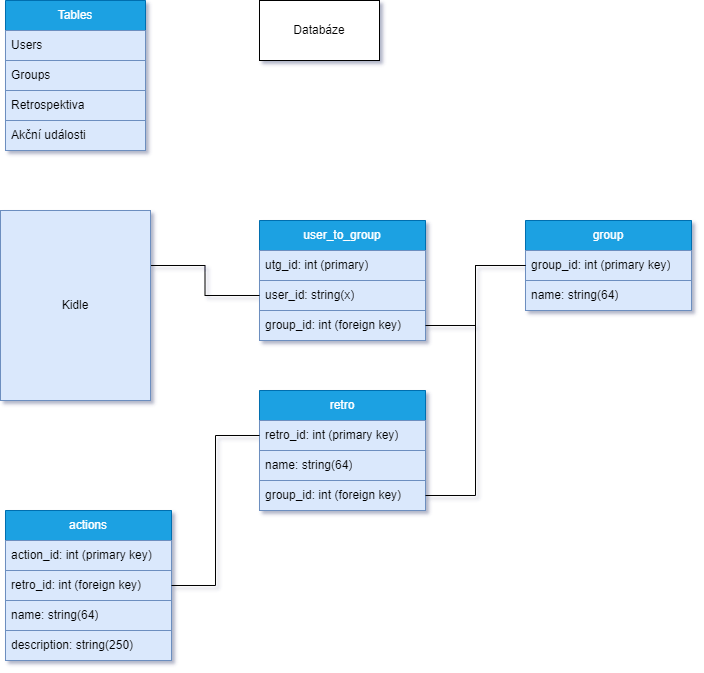
ProjNull/Praeteritum keeps this draw.io diagram as backend/app/database/schemes/Praeterium_DB_scheme.png. Above is the earlier version. Source tidied: cells renumbered, new cells last; positions are measured from the earlier drawing's top-left corner, leaving out a move shared by most shapes.
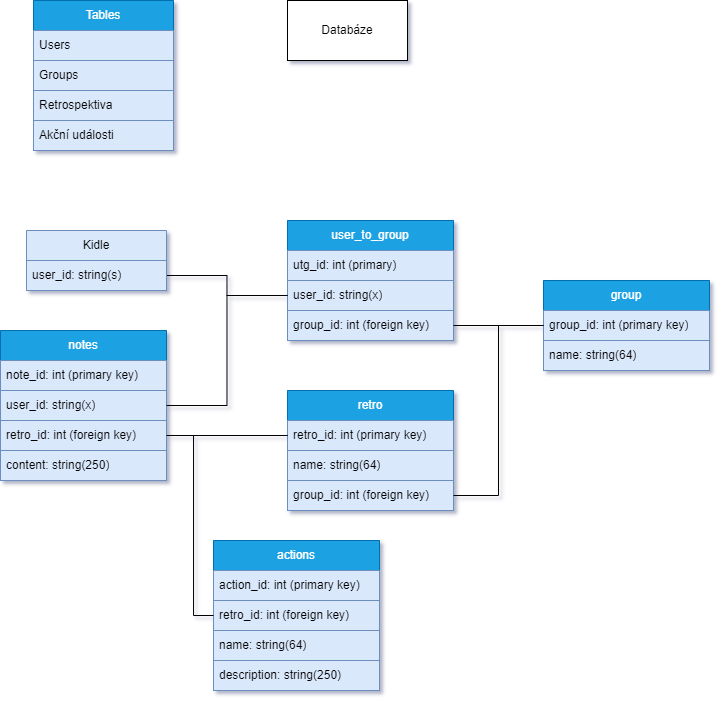
Later version of the same file.

What changed in the source:
```diff
@@ -20,24 +20,6 @@
     <mxCell id="7" value="Databáze" style="rounded=0;whiteSpace=wrap;html=1;" parent="1" vertex="1">
       <mxGeometry x="259" width="120" height="60" as="geometry" />
     </mxCell>
-    <mxCell id="8" value="users" style="swimlane;fontStyle=0;horizontal=1;startSize=30;whiteSpace=wrap;html=1;fillColor=#1ba1e2;fontColor=#ffffff;strokeColor=#006EAF;" parent="1" vertex="1">
-      <mxGeometry y="220" width="150" height="180" as="geometry" />
-    </mxCell>
-    <mxCell id="9" value="User_ID: int (primary key)" style="text;strokeColor=#6c8ebf;fillColor=#dae8fc;align=left;verticalAlign=middle;spacingLeft=4;spacingRight=4;overflow=hidden;points=[[0,0.5],[1,0.5]];portConstraint=eastwest;whiteSpace=wrap;html=1;" parent="8" vertex="1">
-      <mxGeometry y="30" width="150" height="30" as="geometry" />
-    </mxCell>
-    <mxCell id="10" value="Displayname: varchar(64)" style="text;strokeColor=#6c8ebf;fillColor=#dae8fc;align=left;verticalAlign=middle;spacingLeft=4;spacingRight=4;overflow=hidden;whiteSpace=wrap;html=1;" parent="8" vertex="1">
-      <mxGeometry y="60" width="150" height="30" as="geometry" />
-    </mxCell>
-    <mxCell id="11" value="Username: varchar (64)" style="text;strokeColor=#6c8ebf;fillColor=#dae8fc;align=left;verticalAlign=middle;spacingLeft=4;spacingRight=4;overflow=hidden;whiteSpace=wrap;html=1;" parent="8" vertex="1">
-      <mxGeometry y="90" width="150" height="30" as="geometry" />
-    </mxCell>
-    <mxCell id="12" value="Email: varchar(64)" style="text;strokeColor=#6c8ebf;fillColor=#dae8fc;align=left;verticalAlign=middle;spacingLeft=4;spacingRight=4;overflow=hidden;whiteSpace=wrap;html=1;" parent="8" vertex="1">
-      <mxGeometry y="120" width="150" height="30" as="geometry" />
-    </mxCell>
-    <mxCell id="13" value="Password: varchar(64)" style="text;strokeColor=#6c8ebf;fillColor=#dae8fc;align=left;verticalAlign=middle;spacingLeft=4;spacingRight=4;overflow=hidden;whiteSpace=wrap;html=1;" parent="8" vertex="1">
-      <mxGeometry y="150" width="150" height="30" as="geometry" />
-    </mxCell>
     <mxCell id="14" value="user_to_group" style="swimlane;fontStyle=0;horizontal=1;startSize=30;whiteSpace=wrap;html=1;fillColor=#1ba1e2;fontColor=#ffffff;strokeColor=#006EAF;" parent="1" vertex="1">
       <mxGeometry x="259" y="220" width="166" height="120" as="geometry" />
     </mxCell>
@@ -50,11 +32,11 @@
     <mxCell id="17" value="group_id: int (foreign key)" style="text;strokeColor=#6c8ebf;fillColor=#dae8fc;align=left;verticalAlign=middle;spacingLeft=4;spacingRight=4;overflow=hidden;points=[[0,0.5],[1,0.5]];portConstraint=eastwest;whiteSpace=wrap;html=1;" parent="14" vertex="1">
       <mxGeometry y="90" width="166" height="30" as="geometry" />
     </mxCell>
-    <mxCell id="18" style="edgeStyle=orthogonalEdgeStyle;rounded=0;jettySize=auto;html=1;exitX=1;exitY=0.5;exitDx=0;exitDy=0;entryX=0;entryY=0.5;entryDx=0;entryDy=0;startArrow=none;startFill=0;endArrow=none;endFill=0;" parent="1" edge="1" source="9" target="16">
+    <mxCell id="18" style="edgeStyle=orthogonalEdgeStyle;rounded=0;jettySize=auto;html=1;exitX=1;exitY=0.5;exitDx=0;exitDy=0;entryX=0;entryY=0.5;entryDx=0;entryDy=0;startArrow=none;startFill=0;endArrow=none;endFill=0;" parent="1" edge="1" source="41" target="16">
       <mxGeometry relative="1" as="geometry" />
     </mxCell>
     <mxCell id="19" value="group" style="swimlane;fontStyle=0;horizontal=1;startSize=30;whiteSpace=wrap;html=1;fillColor=#1ba1e2;fontColor=#ffffff;strokeColor=#006EAF;" parent="1" vertex="1">
-      <mxGeometry x="525" y="220" width="166" height="90" as="geometry" />
+      <mxGeometry x="515" y="280" width="166" height="90" as="geometry" />
     </mxCell>
     <mxCell id="20" value="group_id: int (primary key)" style="text;strokeColor=#6c8ebf;fillColor=#dae8fc;align=left;verticalAlign=middle;spacingLeft=4;spacingRight=4;overflow=hidden;points=[[0,0.5],[1,0.5]];portConstraint=eastwest;whiteSpace=wrap;html=1;" parent="19" vertex="1">
       <mxGeometry y="30" width="166" height="30" as="geometry" />
@@ -66,7 +48,7 @@
       <mxGeometry relative="1" as="geometry" />
     </mxCell>
     <mxCell id="23" value="actions" style="swimlane;fontStyle=0;horizontal=1;startSize=30;whiteSpace=wrap;html=1;fillColor=#1ba1e2;fontColor=#ffffff;strokeColor=#006EAF;" parent="1" vertex="1">
-      <mxGeometry x="5" y="510" width="166" height="150" as="geometry" />
+      <mxGeometry x="185" y="540" width="166" height="150" as="geometry" />
     </mxCell>
     <mxCell id="24" value="action_id: int (primary key)" style="text;strokeColor=#6c8ebf;fillColor=#dae8fc;align=left;verticalAlign=middle;spacingLeft=4;spacingRight=4;overflow=hidden;whiteSpace=wrap;html=1;" parent="23" vertex="1">
       <mxGeometry y="30" width="166" height="30" as="geometry" />
@@ -95,11 +77,35 @@
     <mxCell id="32" style="edgeStyle=orthogonalEdgeStyle;rounded=0;jettySize=auto;html=1;exitX=0;exitY=0.5;exitDx=0;exitDy=0;entryX=1;entryY=0.5;entryDx=0;entryDy=0;strokeColor=default;endArrow=none;endFill=0;" parent="1" edge="1" source="20" target="31">
       <mxGeometry relative="1" as="geometry" />
     </mxCell>
-    <mxCell id="33" style="edgeStyle=orthogonalEdgeStyle;rounded=0;jettySize=auto;html=1;exitX=0;exitY=0.5;exitDx=0;exitDy=0;entryX=1;entryY=0.5;entryDx=0;entryDy=0;startArrow=none;startFill=0;endArrow=none;endFill=0;" parent="1" edge="1" source="29" target="25">
+    <mxCell id="33" style="edgeStyle=orthogonalEdgeStyle;rounded=0;jettySize=auto;html=1;exitX=0;exitY=0.5;exitDx=0;exitDy=0;entryX=0;entryY=0.5;entryDx=0;entryDy=0;startArrow=none;startFill=0;endArrow=none;endFill=0;" parent="1" edge="1" source="29" target="25">
       <mxGeometry relative="1" as="geometry" />
     </mxCell>
+    <mxCell id="35" value="notes" style="swimlane;fontStyle=0;horizontal=1;startSize=30;whiteSpace=wrap;html=1;fillColor=#1ba1e2;fontColor=#ffffff;strokeColor=#006EAF;" parent="1" vertex="1">
+      <mxGeometry x="-28" y="330" width="166" height="150" as="geometry" />
+    </mxCell>
+    <mxCell id="36" value="note_id: int (primary key)" style="text;strokeColor=#6c8ebf;fillColor=#dae8fc;align=left;verticalAlign=middle;spacingLeft=4;spacingRight=4;overflow=hidden;whiteSpace=wrap;html=1;" parent="35" vertex="1">
+      <mxGeometry y="30" width="166" height="30" as="geometry" />
+    </mxCell>
+    <mxCell id="37" value="user_id: string(x)" style="text;strokeColor=#6c8ebf;fillColor=#dae8fc;align=left;verticalAlign=middle;spacingLeft=4;spacingRight=4;overflow=hidden;points=[[0,0.5],[1,0.5]];portConstraint=eastwest;whiteSpace=wrap;html=1;" parent="35" vertex="1">
+      <mxGeometry y="60" width="166" height="30" as="geometry" />
+    </mxCell>
+    <mxCell id="38" value="retro_id: int (foreign key)" style="text;strokeColor=#6c8ebf;fillColor=#dae8fc;align=left;verticalAlign=middle;spacingLeft=4;spacingRight=4;overflow=hidden;points=[[0,0.5],[1,0.5]];portConstraint=eastwest;whiteSpace=wrap;html=1;" parent="35" vertex="1">
+      <mxGeometry y="90" width="166" height="30" as="geometry" />
+    </mxCell>
+    <mxCell id="39" value="content: string(250)" style="text;strokeColor=#6c8ebf;fillColor=#dae8fc;align=left;verticalAlign=middle;spacingLeft=4;spacingRight=4;overflow=hidden;whiteSpace=wrap;html=1;" parent="35" vertex="1">
+      <mxGeometry y="120" width="166" height="30" as="geometry" />
+    </mxCell>
+    <mxCell id="40" style="edgeStyle=orthogonalEdgeStyle;rounded=0;jettySize=auto;html=1;exitX=0;exitY=0.5;exitDx=0;exitDy=0;startArrow=none;startFill=0;endArrow=none;endFill=0;" parent="1" edge="1" source="29" target="38">
+      <mxGeometry relative="1" as="geometry" />
+    </mxCell>
-    <mxCell id="34" value="Kidle" style="rounded=0;whiteSpace=wrap;html=1;fillColor=#dae8fc;strokeColor=#6c8ebf;" parent="1" vertex="1">
-      <mxGeometry y="210" width="150" height="190" as="geometry" />
+    <mxCell id="34" value="Kidle" style="swimlane;fontStyle=0;horizontal=1;startSize=30;whiteSpace=wrap;html=1;fillColor=#dae8fc;strokeColor=#6c8ebf;" parent="1" vertex="1">
+      <mxGeometry x="-2" y="230" width="140" height="60" as="geometry" />
     </mxCell>
+    <mxCell id="41" value="&lt;span style=&quot;text-align: center;&quot;&gt;user_id: string(s)&lt;/span&gt;" style="text;strokeColor=#6c8ebf;fillColor=#dae8fc;align=left;verticalAlign=middle;spacingLeft=4;spacingRight=4;overflow=hidden;points=[[0,0.5],[1,0.5]];portConstraint=eastwest;whiteSpace=wrap;html=1;" parent="34" vertex="1">
+      <mxGeometry y="30" width="140" height="30" as="geometry" />
+    </mxCell>
+    <mxCell id="42" style="edgeStyle=orthogonalEdgeStyle;rounded=0;jettySize=auto;html=1;entryX=0;entryY=0.5;entryDx=0;entryDy=0;startArrow=none;startFill=0;endArrow=none;endFill=0;" parent="1" edge="1" source="37" target="16">
+      <mxGeometry relative="1" as="geometry" />
+    </mxCell>
   </root>
 </mxGraphModel>
```
